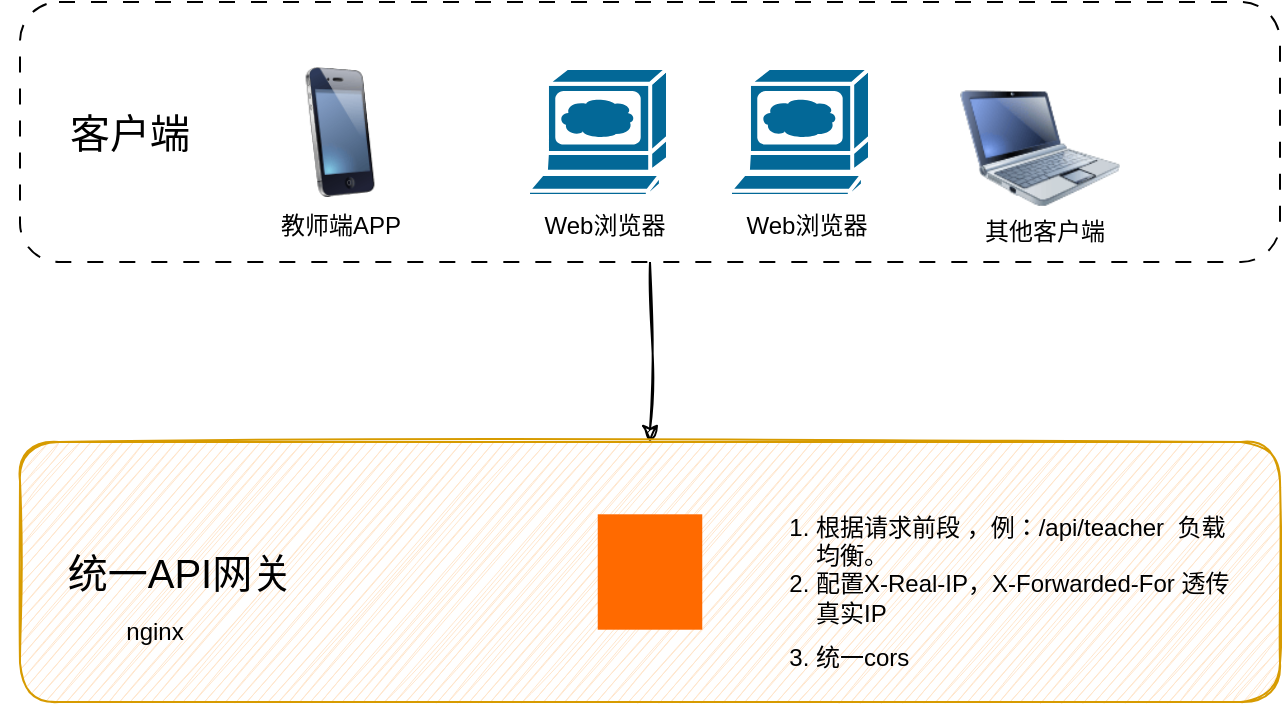
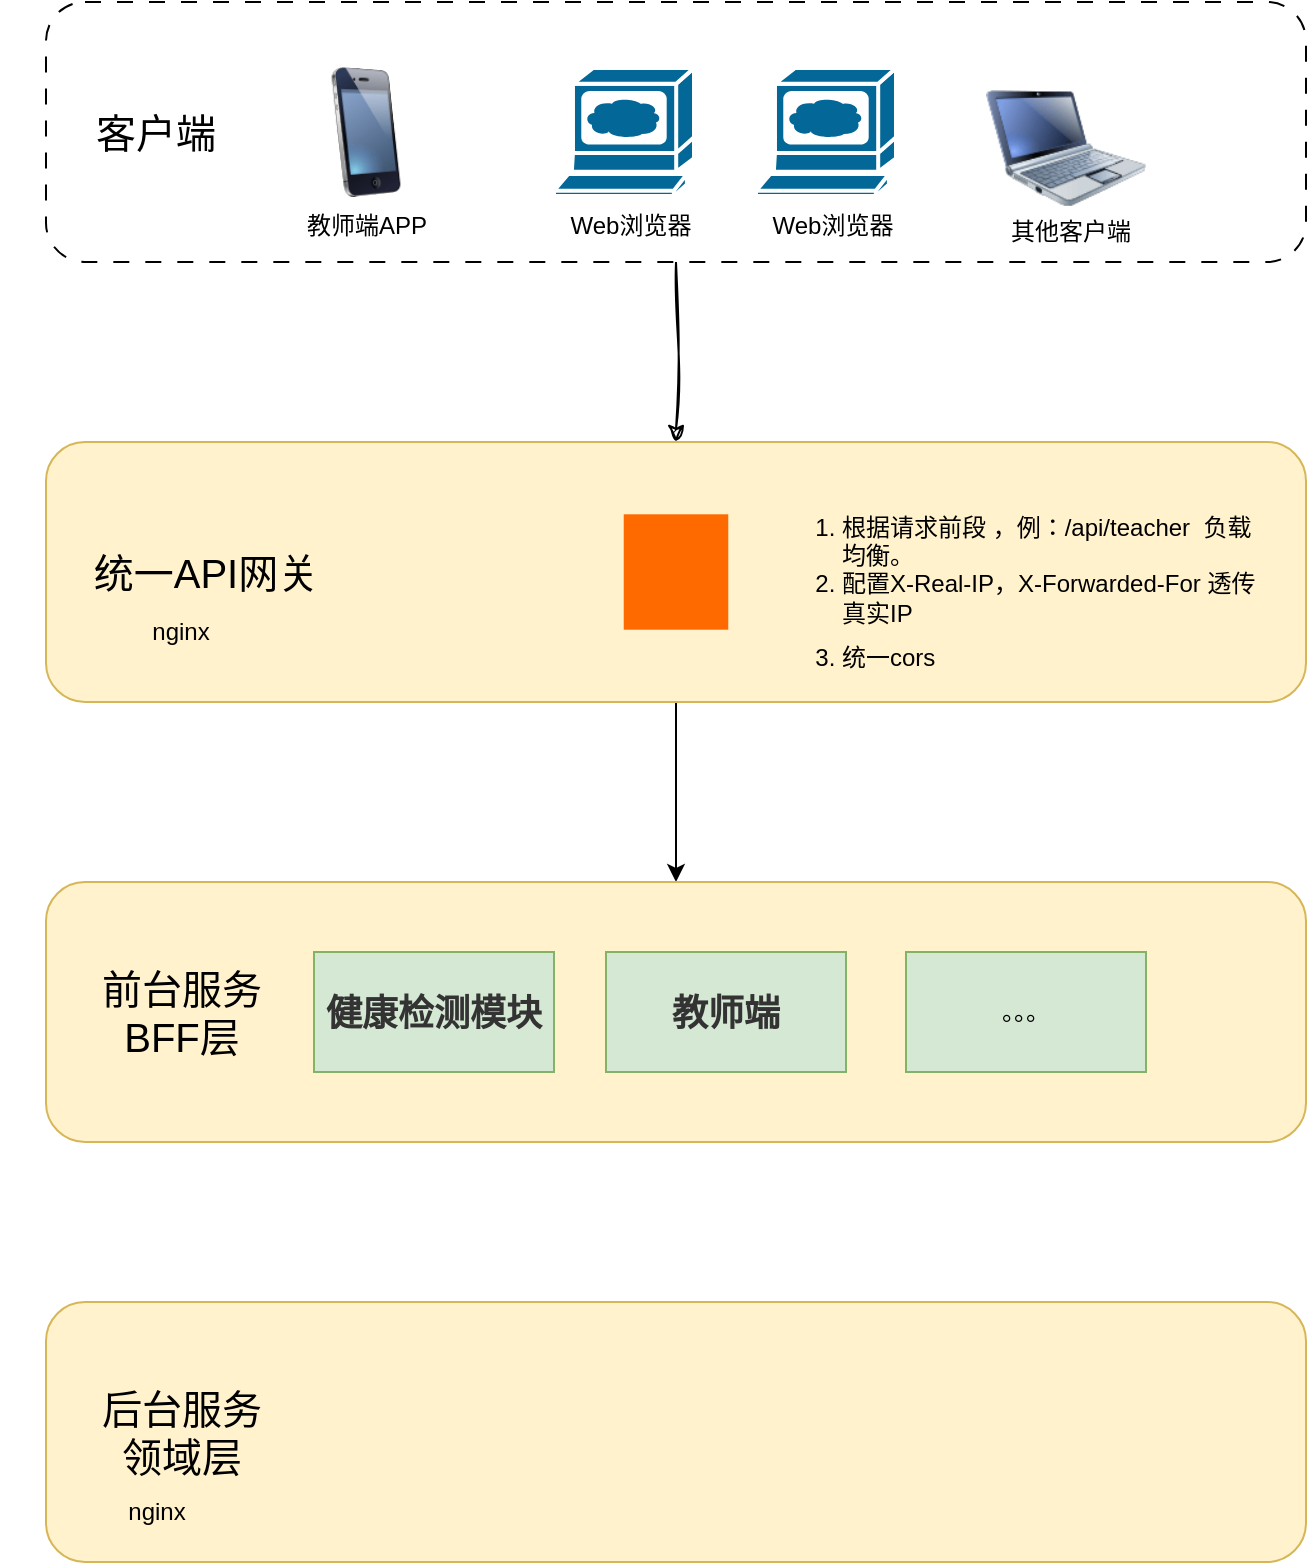
<mxfile host="app.diagrams.net" agent="5.0 (Windows NT 10.0; Win64; x64) AppleWebKit/537.36 (KHTML, like Gecko) Chrome/99.0.4844.51 Safari/537.36">
  <diagram id="piDafpqhtRUU5qUU-vj8" name="Page-1">
    <mxGraphModel dx="1417" dy="761" grid="1" gridSize="10" guides="1" tooltips="1" connect="1" arrows="1" fold="1" page="1" pageScale="1" pageWidth="827" pageHeight="1169" background="none" math="0" shadow="0">
      <root>
        <mxCell id="0" />
        <mxCell id="1" parent="0" />
        <mxCell id="-MD85wsI__NYyljHFUac-12" edge="1" parent="1" source="5cpTgLDWtTwDe1421ZuN-3" style="edgeStyle=orthogonalEdgeStyle;rounded=0;orthogonalLoop=1;jettySize=auto;html=1;shadow=0;sketch=1;curveFitting=1;jiggle=2;" target="-MD85wsI__NYyljHFUac-11">
          <mxGeometry relative="1" as="geometry" />
        </mxCell>
        <mxCell id="5cpTgLDWtTwDe1421ZuN-3" parent="1" style="rounded=1;whiteSpace=wrap;html=1;shadow=0;glass=0;dashed=1;dashPattern=8 8;" value="" vertex="1">
          <mxGeometry height="130" width="630" x="90" y="30" as="geometry" />
        </mxCell>
        <mxCell id="-MD85wsI__NYyljHFUac-2" parent="1" style="text;html=1;whiteSpace=wrap;strokeColor=none;fillColor=none;align=center;verticalAlign=middle;rounded=0;" value="&lt;font style=&quot;font-size: 20px;&quot;&gt;客户端&lt;/font&gt;" vertex="1">
          <mxGeometry height="30" width="70" x="110" y="80" as="geometry" />
        </mxCell>
        <mxCell id="-MD85wsI__NYyljHFUac-3" parent="1" style="sketch=0;html=1;pointerEvents=1;dashed=0;fillColor=#036897;strokeColor=#ffffff;strokeWidth=2;verticalLabelPosition=bottom;verticalAlign=top;align=center;outlineConnect=0;shape=mxgraph.cisco.computers_and_peripherals.web_browser;" value="" vertex="1">
          <mxGeometry height="64" width="70" x="344" y="63" as="geometry" />
        </mxCell>
        <mxCell id="-MD85wsI__NYyljHFUac-4" parent="1" style="text;html=1;whiteSpace=wrap;strokeColor=none;fillColor=none;align=center;verticalAlign=middle;rounded=0;" value="Web浏览器" vertex="1">
          <mxGeometry height="30" width="75" x="345" y="127" as="geometry" />
        </mxCell>
        <mxCell id="-MD85wsI__NYyljHFUac-5" parent="1" style="sketch=0;html=1;pointerEvents=1;dashed=0;fillColor=#036897;strokeColor=#ffffff;strokeWidth=2;verticalLabelPosition=bottom;verticalAlign=top;align=center;outlineConnect=0;shape=mxgraph.cisco.computers_and_peripherals.web_browser;" value="" vertex="1">
          <mxGeometry height="64" width="70" x="445" y="63" as="geometry" />
        </mxCell>
        <mxCell id="-MD85wsI__NYyljHFUac-6" parent="1" style="text;html=1;whiteSpace=wrap;strokeColor=none;fillColor=none;align=center;verticalAlign=middle;rounded=0;" value="Web浏览器" vertex="1">
          <mxGeometry height="30" width="75" x="446" y="127" as="geometry" />
        </mxCell>
        <mxCell id="-MD85wsI__NYyljHFUac-7" parent="1" style="image;html=1;image=img/lib/clip_art/computers/Netbook_128x128.png" value="" vertex="1">
          <mxGeometry height="80" width="80" x="560" y="63" as="geometry" />
        </mxCell>
        <mxCell id="-MD85wsI__NYyljHFUac-8" parent="1" style="image;html=1;image=img/lib/clip_art/telecommunication/iPhone_128x128.png" value="" vertex="1">
          <mxGeometry height="65" width="80" x="210" y="62.5" as="geometry" />
        </mxCell>
        <mxCell id="-MD85wsI__NYyljHFUac-9" parent="1" style="text;html=1;whiteSpace=wrap;strokeColor=none;fillColor=none;align=center;verticalAlign=middle;rounded=0;" value="教师端APP" vertex="1">
          <mxGeometry height="30" width="75" x="212.5" y="127" as="geometry" />
        </mxCell>
        <mxCell id="-MD85wsI__NYyljHFUac-10" parent="1" style="text;html=1;whiteSpace=wrap;strokeColor=none;fillColor=none;align=center;verticalAlign=middle;rounded=0;" value="其他客户端" vertex="1">
          <mxGeometry height="30" width="75" x="565" y="130" as="geometry" />
        </mxCell>
-         <mxCell id="-MD85wsI__NYyljHFUac-11" parent="1" style="rounded=1;whiteSpace=wrap;html=1;shadow=0;glass=0;sketch=1;fillColor=#ffe6cc;strokeColor=#d79b00;" value="" vertex="1">
+         <mxCell id="-MD85wsI__NYyljHFUac-23" edge="1" parent="1" source="-MD85wsI__NYyljHFUac-11" style="edgeStyle=orthogonalEdgeStyle;rounded=0;orthogonalLoop=1;jettySize=auto;html=1;exitX=0.5;exitY=1;exitDx=0;exitDy=0;entryX=0.5;entryY=0;entryDx=0;entryDy=0;" target="-MD85wsI__NYyljHFUac-22">
+           <mxGeometry relative="1" as="geometry" />
+         </mxCell>
+         <mxCell id="-MD85wsI__NYyljHFUac-11" parent="1" style="rounded=1;whiteSpace=wrap;html=1;shadow=0;glass=0;fillColor=#fff2cc;strokeColor=#d6b656;" value="" vertex="1">
          <mxGeometry height="130" width="630" x="90" y="250" as="geometry" />
        </mxCell>
        <mxCell id="-MD85wsI__NYyljHFUac-13" parent="1" style="text;html=1;whiteSpace=wrap;strokeColor=none;fillColor=none;align=center;verticalAlign=middle;rounded=0;" value="&lt;span style=&quot;font-size: 20px;&quot;&gt;统一API网关&lt;/span&gt;" vertex="1">
          <mxGeometry height="30" width="180" x="80" y="300" as="geometry" />
        </mxCell>
        <mxCell id="-MD85wsI__NYyljHFUac-14" parent="1" style="text;html=1;whiteSpace=wrap;strokeColor=none;fillColor=none;align=center;verticalAlign=middle;rounded=0;" value="nginx" vertex="1">
          <mxGeometry height="30" width="75" x="120" y="330" as="geometry" />
        </mxCell>
        <mxCell id="-MD85wsI__NYyljHFUac-20" parent="1" style="points=[];aspect=fixed;html=1;align=center;shadow=0;dashed=0;fillColor=#FF6A00;strokeColor=none;shape=mxgraph.alibaba_cloud.ehpc_elastic_high_performance_computing;" value="" vertex="1">
          <mxGeometry height="57.7" width="52.26" x="378.87" y="286.15" as="geometry" />
        </mxCell>
        <mxCell id="-MD85wsI__NYyljHFUac-21" parent="1" style="text;html=1;whiteSpace=wrap;strokeColor=none;fillColor=none;align=left;verticalAlign=middle;rounded=0;" value="&lt;ol&gt;&lt;li&gt;&lt;span style=&quot;background-color: transparent; color: light-dark(rgb(0, 0, 0), rgb(255, 255, 255));&quot;&gt;根据请求前段 ，例：/api/teacher&amp;nbsp; 负载均衡。&lt;/span&gt;&lt;/li&gt;&lt;li class=&quot;md-list-item md-focus-container&quot; style=&quot;box-sizing: border-box; margin: 0px; position: relative;&quot;&gt;&lt;p class=&quot;md-end-block md-p md-focus&quot; style=&quot;box-sizing: border-box; line-height: inherit; orphans: 4; margin: 0px 0px 0.5rem; white-space: pre-wrap; position: relative;&quot;&gt;&lt;span class=&quot;md-plain md-expand&quot; style=&quot;box-sizing: border-box;&quot;&gt;配置X-Real-IP，X-Forwarded-For 透传真实IP&lt;/span&gt;&lt;/p&gt;&lt;/li&gt;&lt;li class=&quot;md-list-item md-focus-container&quot; style=&quot;box-sizing: border-box; margin: 0px; position: relative;&quot;&gt;&lt;p class=&quot;md-end-block md-p md-focus&quot; style=&quot;box-sizing: border-box; line-height: inherit; orphans: 4; margin: 0px 0px 0.5rem; white-space: pre-wrap; position: relative;&quot;&gt;统一cors&lt;/p&gt;&lt;/li&gt;&lt;/ol&gt;" vertex="1">
          <mxGeometry height="90" width="254" x="446" y="280" as="geometry" />
        </mxCell>
+         <mxCell id="-MD85wsI__NYyljHFUac-22" parent="1" style="rounded=1;whiteSpace=wrap;html=1;shadow=0;glass=0;fillColor=#fff2cc;strokeColor=#d6b656;" value="" vertex="1">
+           <mxGeometry height="130" width="630" x="90" y="470" as="geometry" />
+         </mxCell>
+         <mxCell id="-MD85wsI__NYyljHFUac-24" parent="1" style="text;html=1;whiteSpace=wrap;strokeColor=none;fillColor=none;align=center;verticalAlign=middle;rounded=0;" value="&lt;span style=&quot;font-size: 20px;&quot;&gt;前台服务&lt;/span&gt;&lt;div&gt;&lt;span style=&quot;font-size: 20px;&quot;&gt;BFF层&lt;/span&gt;&lt;/div&gt;" vertex="1">
+           <mxGeometry height="60" width="180" x="67.5" y="505" as="geometry" />
+         </mxCell>
+         <mxCell id="-MD85wsI__NYyljHFUac-25" parent="1" style="rounded=0;whiteSpace=wrap;html=1;fillColor=#d5e8d4;strokeColor=#82b366;" value="&lt;h3 class=&quot;md-end-block md-heading&quot; style=&quot;box-sizing: border-box; break-after: avoid-page; break-inside: avoid; orphans: 4; font-size: 1.5em; margin-top: 1rem; margin-bottom: 1rem; position: relative; line-height: 1.43; cursor: text; white-space: pre-wrap; color: rgb(51, 51, 51); font-family: &amp;quot;Open Sans&amp;quot;, &amp;quot;Clear Sans&amp;quot;, &amp;quot;Helvetica Neue&amp;quot;, Helvetica, Arial, &amp;quot;Segoe UI Emoji&amp;quot;, sans-serif; text-align: start;&quot;&gt;&lt;span class=&quot;md-plain&quot; style=&quot;box-sizing: border-box;&quot;&gt;健康检测模块&lt;/span&gt;&lt;/h3&gt;" vertex="1">
+           <mxGeometry height="60" width="120" x="224" y="505" as="geometry" />
+         </mxCell>
+         <mxCell id="-MD85wsI__NYyljHFUac-26" parent="1" style="rounded=0;whiteSpace=wrap;html=1;fillColor=#d5e8d4;strokeColor=#82b366;" value="&lt;h3 class=&quot;md-end-block md-heading&quot; style=&quot;box-sizing: border-box; break-after: avoid-page; break-inside: avoid; orphans: 4; font-size: 1.5em; margin-top: 1rem; margin-bottom: 1rem; position: relative; line-height: 1.43; cursor: text; white-space: pre-wrap; outline: 0px; box-shadow: none; color: rgb(51, 51, 51); font-family: &amp;quot;Open Sans&amp;quot;, &amp;quot;Clear Sans&amp;quot;, &amp;quot;Helvetica Neue&amp;quot;, Helvetica, Arial, &amp;quot;Segoe UI Emoji&amp;quot;, sans-serif; text-align: start;&quot;&gt;&lt;span class=&quot;md-plain&quot; style=&quot;box-sizing: border-box;&quot;&gt;教师端&lt;/span&gt;&lt;/h3&gt;" vertex="1">
+           <mxGeometry height="60" width="120" x="370" y="505" as="geometry" />
+         </mxCell>
+         <mxCell id="-MD85wsI__NYyljHFUac-27" parent="1" style="rounded=0;whiteSpace=wrap;html=1;fillColor=#d5e8d4;strokeColor=#82b366;" value="。。。" vertex="1">
+           <mxGeometry height="60" width="120" x="520" y="505" as="geometry" />
+         </mxCell>
+         <mxCell id="-MD85wsI__NYyljHFUac-28" parent="1" style="rounded=1;whiteSpace=wrap;html=1;shadow=0;glass=0;fillColor=#fff2cc;strokeColor=#d6b656;" value="" vertex="1">
+           <mxGeometry height="130" width="630" x="90" y="680" as="geometry" />
+         </mxCell>
+         <mxCell id="-MD85wsI__NYyljHFUac-29" parent="1" style="text;html=1;whiteSpace=wrap;strokeColor=none;fillColor=none;align=center;verticalAlign=middle;rounded=0;" value="&lt;span style=&quot;font-size: 20px;&quot;&gt;后台服务&lt;/span&gt;&lt;div&gt;&lt;span style=&quot;font-size: 20px;&quot;&gt;领域层&lt;/span&gt;&lt;/div&gt;" vertex="1">
+           <mxGeometry height="60" width="180" x="67.5" y="715" as="geometry" />
+         </mxCell>
+         <mxCell id="-MD85wsI__NYyljHFUac-30" parent="1" style="text;html=1;whiteSpace=wrap;strokeColor=none;fillColor=none;align=center;verticalAlign=middle;rounded=0;" value="nginx" vertex="1">
+           <mxGeometry height="30" width="75" x="107.5" y="770" as="geometry" />
+         </mxCell>
      </root>
    </mxGraphModel>
  </diagram>
</mxfile>
